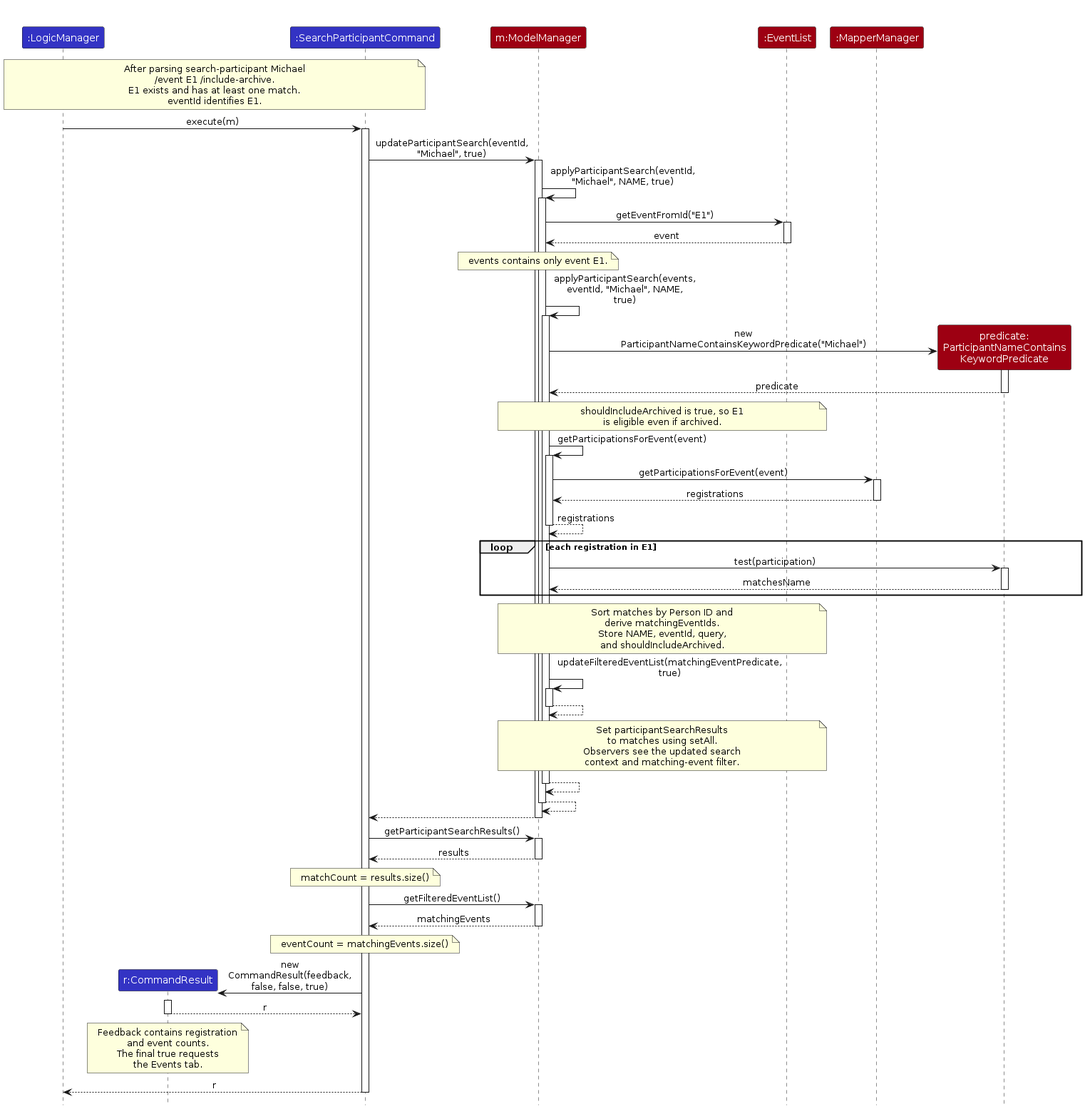
Above: diagrams/ParticipantSearchSequenceDiagram.png in AY2627S1-CS2103-F12-4/tp (PlantUML), before the change. Its source is kept beside it as diagrams/ParticipantSearchSequenceDiagram.puml.
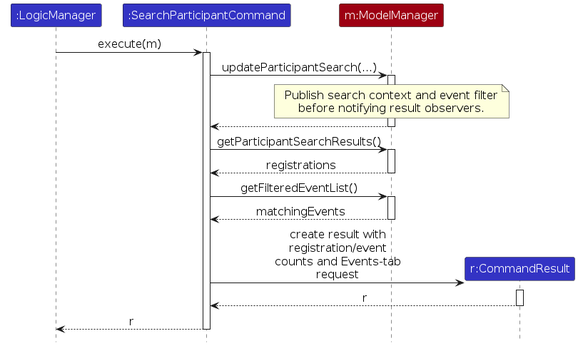
Above is the later version.

What changed in the source:
```diff
@@ -1,114 +1,41 @@
 @startuml
 !include style.puml
 skinparam ArrowFontStyle plain
-skinparam ParticipantPadding 5
-skinparam maxMessageSize 180
+skinparam DefaultFontSize 16
+skinparam ParticipantPadding 10
+skinparam maxMessageSize 240
 
 participant ":LogicManager" as LogicManager LOGIC_COLOR
-participant "r:CommandResult" as CommandResult LOGIC_COLOR
 participant ":SearchParticipantCommand" as Command LOGIC_COLOR
 participant "m:ModelManager" as ModelManager MODEL_COLOR
-participant ":EventList" as EventList MODEL_COLOR
-participant ":MapperManager" as MapperManager MODEL_COLOR
-participant "predicate:\nParticipantNameContains\nKeywordPredicate" as Predicate MODEL_COLOR
-
-note over LogicManager, Command
-  After parsing search-participant Michael
-  /event E1 /include-archive.
-  E1 exists and has at least one match.
-  eventId identifies E1.
-end note
+participant "r:CommandResult" as CommandResult LOGIC_COLOR
 
 LogicManager -> Command : execute(m)
 activate Command
-Command -> ModelManager : updateParticipantSearch(eventId, "Michael", true)
+Command -> ModelManager : updateParticipantSearch(...)
 activate ModelManager
-ModelManager -> ModelManager : applyParticipantSearch(eventId, "Michael", NAME, true)
-activate ModelManager
-ModelManager -> EventList : getEventFromId("E1")
-activate EventList
-EventList --> ModelManager : event
-deactivate EventList
-note over ModelManager : events contains only event E1.
-ModelManager -> ModelManager : applyParticipantSearch(events, eventId, "Michael", NAME, true)
-activate ModelManager
-
-create Predicate
-ModelManager -> Predicate : new ParticipantNameContainsKeywordPredicate("Michael")
-activate Predicate
-Predicate --> ModelManager : predicate
-deactivate Predicate
-
-note over ModelManager, EventList
-  shouldIncludeArchived is true, so E1
-  is eligible even if archived.
+note over ModelManager
+  Publish search context and event filter
+  before notifying result observers.
 end note
-
-ModelManager -> ModelManager : getParticipationsForEvent(event)
-activate ModelManager
-ModelManager -> MapperManager : getParticipationsForEvent(event)
-activate MapperManager
-MapperManager --> ModelManager : registrations
-deactivate MapperManager
-ModelManager --> ModelManager : registrations
-deactivate ModelManager
-
-loop each registration in E1
-    ModelManager -> Predicate : test(participation)
-    activate Predicate
-    Predicate --> ModelManager : matchesName
-    deactivate Predicate
-end
-
-note over ModelManager, EventList
-  Sort matches by Person ID and
-  derive matchingEventIds.
-  Store NAME, eventId, query,
-  and shouldIncludeArchived.
-end note
-
-ModelManager -> ModelManager : updateFilteredEventList(matchingEventPredicate, true)
-activate ModelManager
-ModelManager --> ModelManager
-deactivate ModelManager
-
-note over ModelManager, EventList
-  Set participantSearchResults
-  to matches using setAll.
-  Observers see the updated search
-  context and matching-event filter.
-end note
-
-ModelManager --> ModelManager
-deactivate ModelManager
-ModelManager --> ModelManager
-deactivate ModelManager
 ModelManager --> Command
 deactivate ModelManager
 
 Command -> ModelManager : getParticipantSearchResults()
 activate ModelManager
-ModelManager --> Command : results
+ModelManager --> Command : registrations
 deactivate ModelManager
-note over Command : matchCount = results.size()
 
 Command -> ModelManager : getFilteredEventList()
 activate ModelManager
 ModelManager --> Command : matchingEvents
 deactivate ModelManager
-note over Command : eventCount = matchingEvents.size()
 
 create CommandResult
-Command -> CommandResult : new CommandResult(feedback, false, false, true)
+Command -> CommandResult : create result with registration/event\ncounts and Events-tab request
 activate CommandResult
 CommandResult --> Command : r
 deactivate CommandResult
-note over CommandResult
-  Feedback contains registration
-  and event counts.
-  The final true requests
-  the Events tab.
-end note
 Command --> LogicManager : r
 deactivate Command
 @enduml
```
